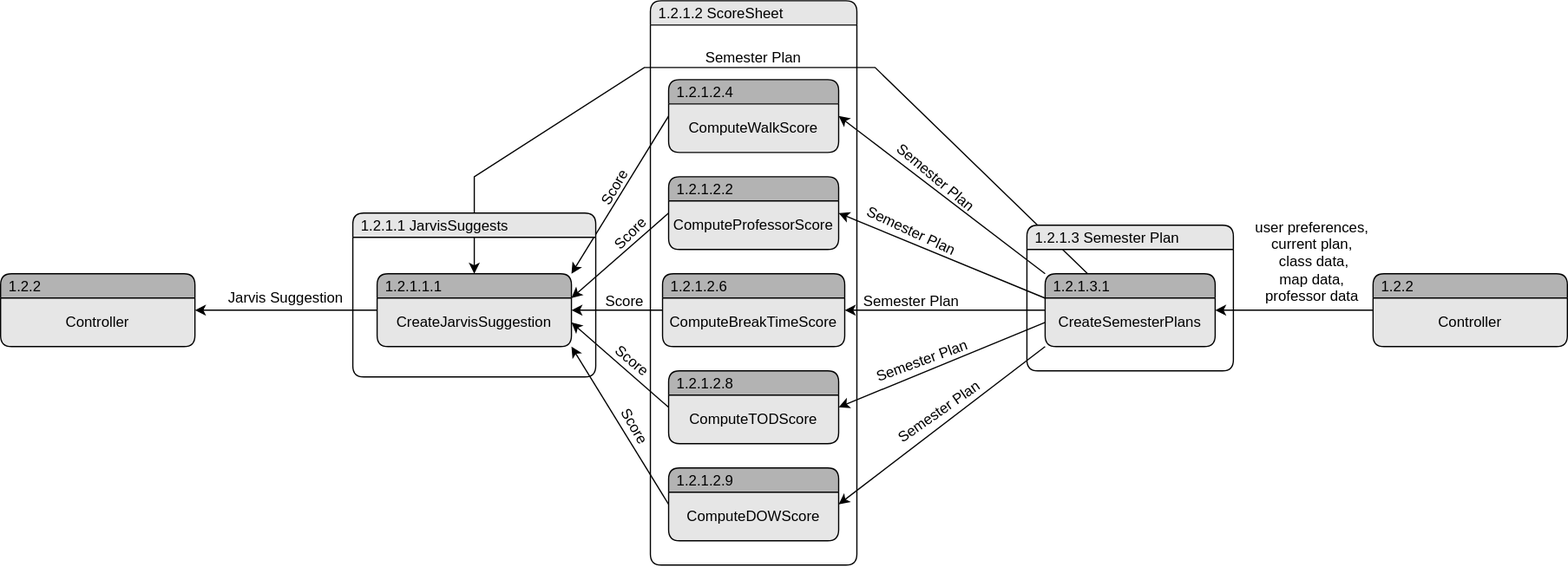
This is Logic/TeamTwoFiles/AlgorithmDataFlowDiagram.svg from MckennahPalmer/CSE430, a draw.io export, as it was before one commit. Source tidied: cells renumbered, new cells last; positions are measured from the earlier drawing's top-left corner, leaving out a move shared by most shapes.
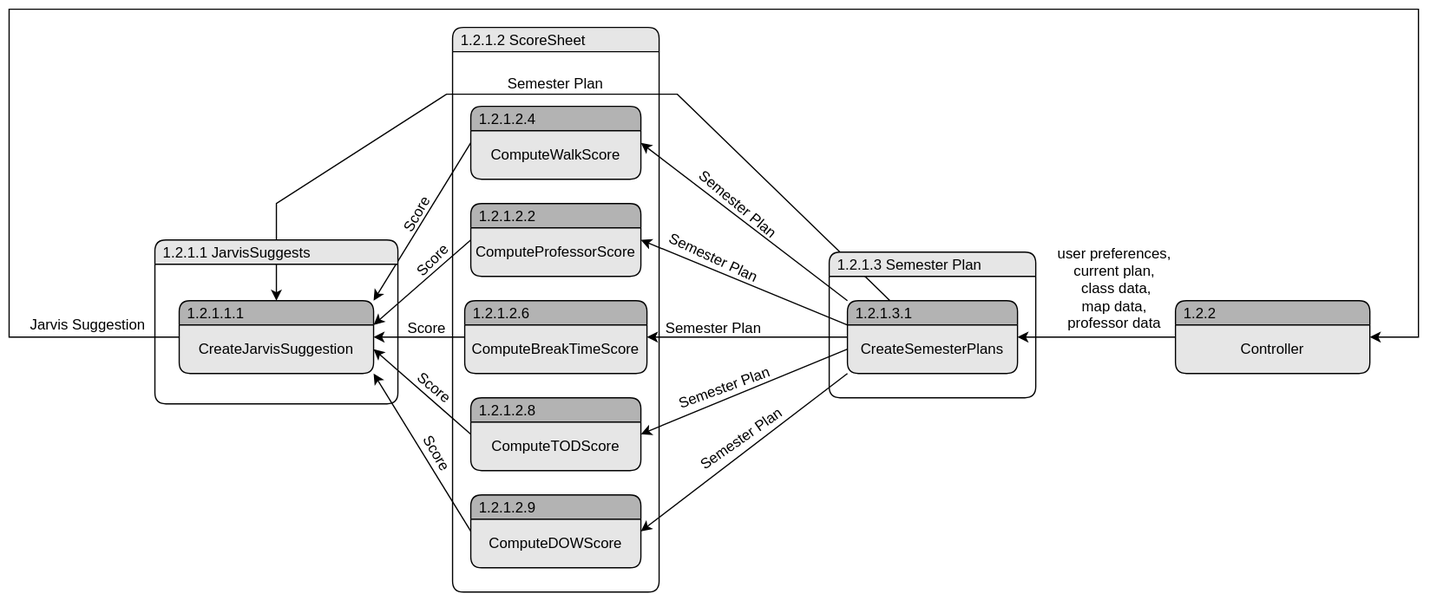
After the change.

Commit message:
Updated algorithm.md to use diagram and include component diagram.

Diff of the diagram source:
```diff
@@ -77,8 +77,15 @@
         <mxPoint x="470" y="285" as="targetPoint" />
       </mxGeometry>
     </mxCell>
-    <mxCell id="25" style="endArrow=classic;html=1;rounded=0;entryX=1;entryY=0.25;entryDx=0;entryDy=0;exitX=0;exitY=0.25;exitDx=0;exitDy=0;" parent="1" edge="1" source="42" target="39">
-      <mxGeometry relative="1" as="geometry" />
+    <mxCell id="25" style="endArrow=classic;html=1;rounded=0;entryX=1;entryY=0.25;entryDx=0;entryDy=0;exitX=0;exitY=0.25;exitDx=0;exitDy=0;" parent="1" edge="1" source="42" target="48">
+      <mxGeometry relative="1" as="geometry">
+        <Array as="points">
+          <mxPoint x="170" y="255" />
+          <mxPoint x="170" y="-15" />
+          <mxPoint x="1330" y="-15" />
+          <mxPoint x="1330" y="255" />
+        </Array>
+      </mxGeometry>
     </mxCell>
     <mxCell id="26" style="endArrow=classic;html=1;rounded=0;exitX=0.25;exitY=0;exitDx=0;exitDy=0;entryX=0.5;entryY=0;entryDx=0;entryDy=0;" parent="1" edge="1" source="5" target="41">
       <mxGeometry relative="1" as="geometry">
@@ -122,12 +129,6 @@
     <mxCell id="37" value="Semester Plan" style="text;html=1;strokeColor=none;fillColor=none;align=center;verticalAlign=middle;whiteSpace=wrap;rounded=0;rotation=0;" parent="1" vertex="1">
       <mxGeometry x="700" y="233" width="100" height="30" as="geometry" />
     </mxCell>
-    <mxCell id="38" value="1.2.2" style="swimlane;fontStyle=0;horizontal=1;startSize=20;fillColor=#B3B3B3;swimlaneFillColor=#E6E6E6;rounded=1;spacingLeft=5;align=left;" parent="1" vertex="1">
-      <mxGeometry y="225" width="160" height="60" as="geometry" />
-    </mxCell>
-    <mxCell id="39" value="Controller" style="text;html=1;strokeColor=none;fillColor=none;align=center;verticalAlign=middle;whiteSpace=wrap;rounded=0;" parent="38" vertex="1">
-      <mxGeometry y="20" width="160" height="40" as="geometry" />
-    </mxCell>
     <mxCell id="40" value="Jarvis Suggestion" style="text;html=1;strokeColor=none;fillColor=none;align=center;verticalAlign=middle;whiteSpace=wrap;rounded=0;" parent="1" vertex="1">
       <mxGeometry x="180" y="230" width="110" height="30" as="geometry" />
     </mxCell>
```
